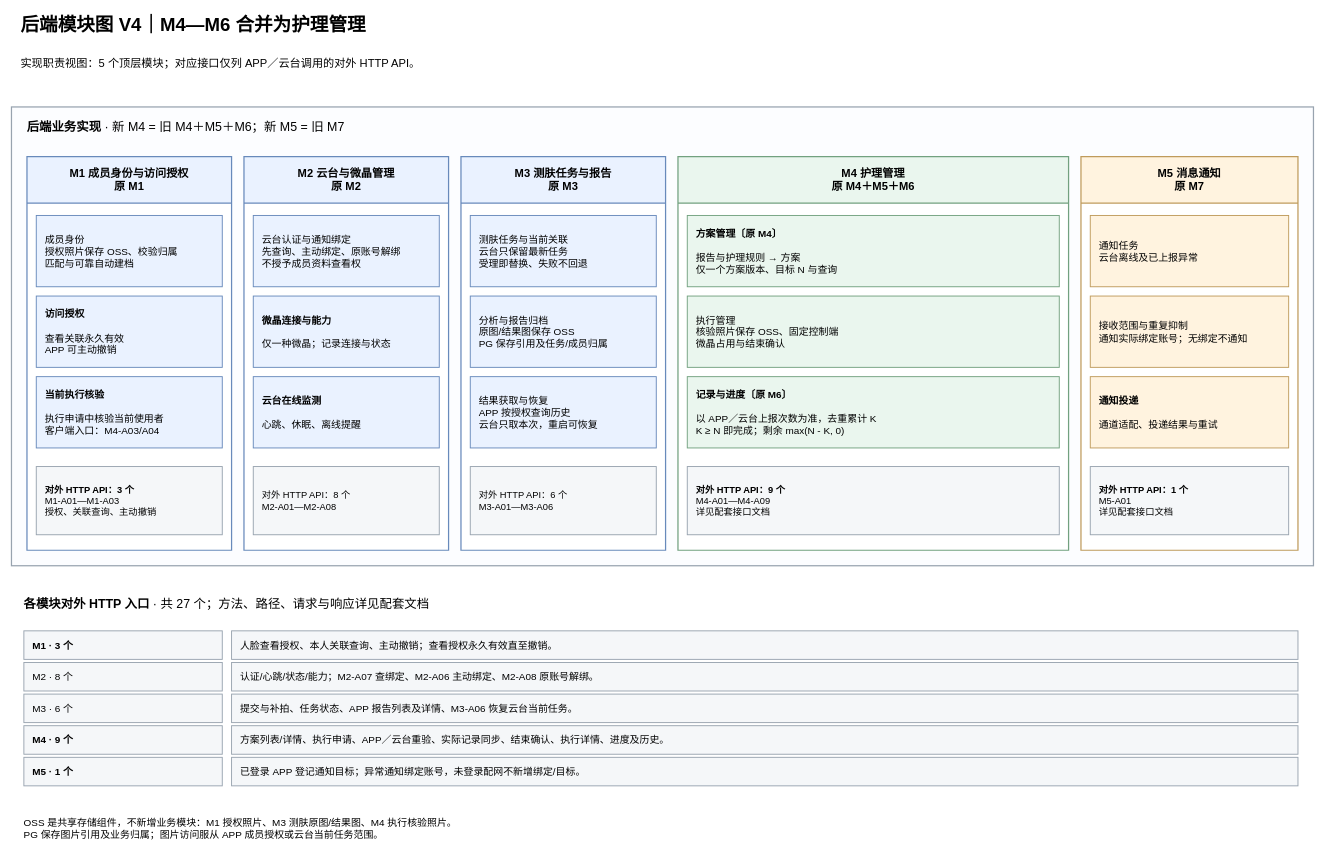
Earlier version of the draw.io diagram page "01 · 五模块职责分解" (1 of 3) of backend/doc/site/public/downloads/后端模块图-V4-五模块.drawio (allenxun/contest2026_483_yuanxinshixisheng). Source tidied: cells renumbered, new cells numbered last; positions are measured from the earlier drawing's top-left corner, leaving out a move shared by most shapes. Both pictures are drawn from the tidied source at 62%, with x=0, y=0 at pixel (11, 11).
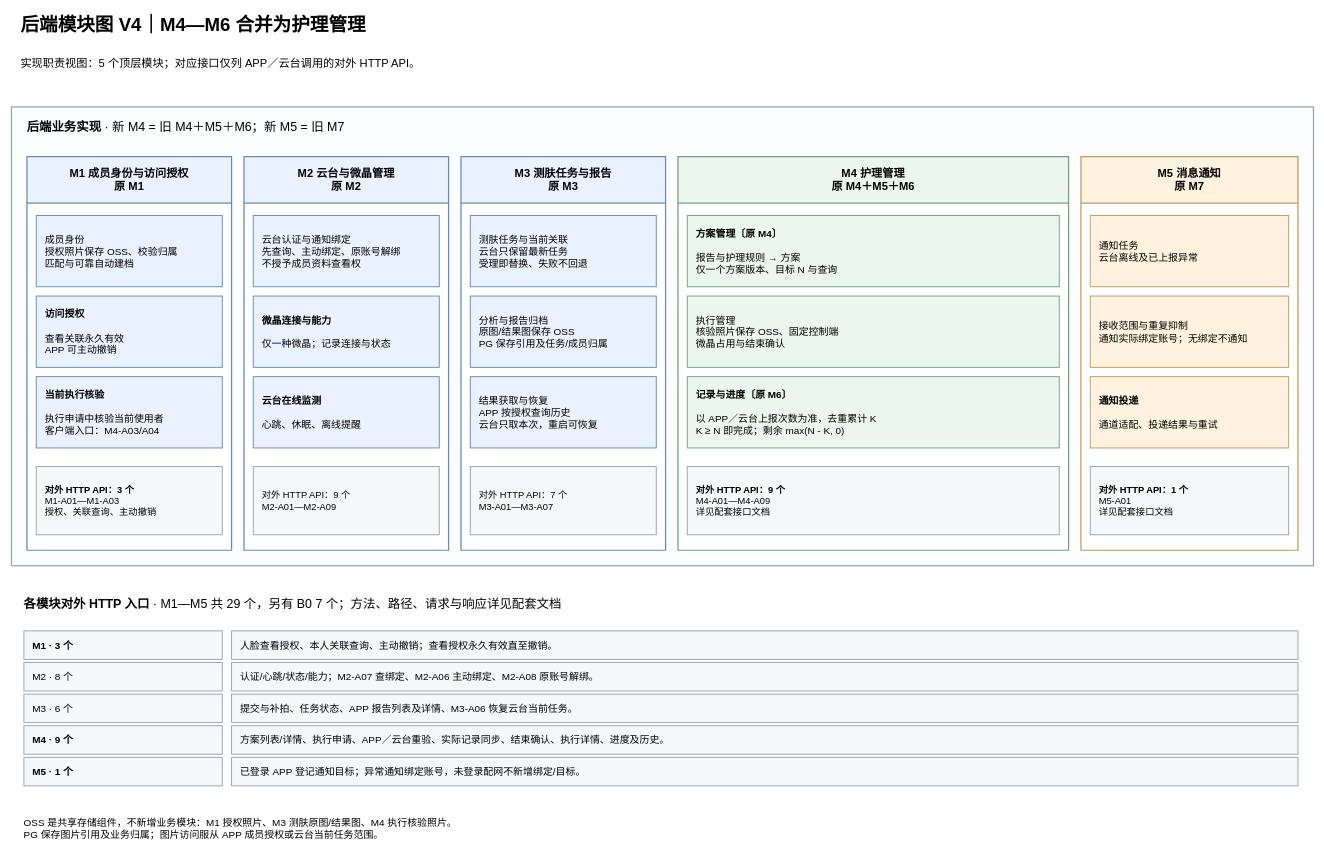
Above is the later version.

The change refers to these unchanged cells:
```xml
<mxCell id="11" value="&lt;b&gt;M2 云台与微晶管理&lt;/b&gt;&lt;br&gt;原 M2" style="swimlane;startSize=75;horizontal=1;html=1;whiteSpace=wrap;fontFamily=Microsoft YaHei;fontSize=18;fillColor=#eaf2ff;swimlaneFillColor=#ffffff;strokeColor=#688abb;strokeWidth=2;" parent="4" vertex="1">
  <mxGeometry x="375" y="80" width="330" height="635" as="geometry" />
</mxCell>
<mxCell id="16" value="&lt;b&gt;M3 测肤任务与报告&lt;/b&gt;&lt;br&gt;原 M3" style="swimlane;startSize=75;horizontal=1;html=1;whiteSpace=wrap;fontFamily=Microsoft YaHei;fontSize=18;fillColor=#eaf2ff;swimlaneFillColor=#ffffff;strokeColor=#688abb;strokeWidth=2;" parent="4" vertex="1">
  <mxGeometry x="725" y="80" width="330" height="635" as="geometry" />
</mxCell>
```

Diff of the diagram source:
```diff
@@
-    <mxCell id="15" value="对外 HTTP API：8 个&lt;br&gt;M2-A01—M2-A08" style="rounded=0;whiteSpace=wrap;html=1;fontFamily=Microsoft YaHei;fontSize=16;fillColor=#f5f7f9;strokeColor=#98a3af;strokeWidth=1.5;spacing=14;align=left;fontSize=15;" parent="11" vertex="1">
+    <mxCell id="15" value="对外 HTTP API：9 个&lt;br&gt;M2-A01—M2-A09" style="rounded=0;whiteSpace=wrap;html=1;fontFamily=Microsoft YaHei;fontSize=16;fillColor=#f5f7f9;strokeColor=#98a3af;strokeWidth=1.5;spacing=14;align=left;fontSize=15;" parent="11" vertex="1">
       <mxGeometry x="15" y="500" width="300" height="110" as="geometry" />
     </mxCell>
@@
-    <mxCell id="20" value="对外 HTTP API：6 个&lt;br&gt;M3-A01—M3-A06" style="rounded=0;whiteSpace=wrap;html=1;fontFamily=Microsoft YaHei;fontSize=16;fillColor=#f5f7f9;strokeColor=#98a3af;strokeWidth=1.5;spacing=14;align=left;fontSize=15;" parent="16" vertex="1">
+    <mxCell id="20" value="对外 HTTP API：7 个&lt;br&gt;M3-A01—M3-A07" style="rounded=0;whiteSpace=wrap;html=1;fontFamily=Microsoft YaHei;fontSize=16;fillColor=#f5f7f9;strokeColor=#98a3af;strokeWidth=1.5;spacing=14;align=left;fontSize=15;" parent="16" vertex="1">
       <mxGeometry x="15" y="500" width="300" height="110" as="geometry" />
     </mxCell>
@@
-    <mxCell id="31" value="&lt;b&gt;各模块对外 HTTP 入口&lt;/b&gt; · 共 27 个；方法、路径、请求与响应详见配套文档" style="rounded=0;whiteSpace=wrap;html=1;fontFamily=Microsoft YaHei;fontSize=16;fillColor=#f5f7f9;strokeColor=#98a3af;strokeWidth=1.5;spacing=14;text;fillColor=none;strokeColor=none;align=left;fontSize=20;spacing=0;" parent="1" vertex="1">
+    <mxCell id="31" value="&lt;b&gt;各模块对外 HTTP 入口&lt;/b&gt; · M1—M5 共 29 个，另有 B0 7 个；方法、路径、请求与响应详见配套文档" style="rounded=0;whiteSpace=wrap;html=1;fontFamily=Microsoft YaHei;fontSize=16;fillColor=#f5f7f9;strokeColor=#98a3af;strokeWidth=1.5;spacing=14;text;fillColor=none;strokeColor=none;align=left;fontSize=20;spacing=0;" parent="1" vertex="1">
       <mxGeometry x="20" y="940" width="2060" height="40" as="geometry" />
     </mxCell>
```
